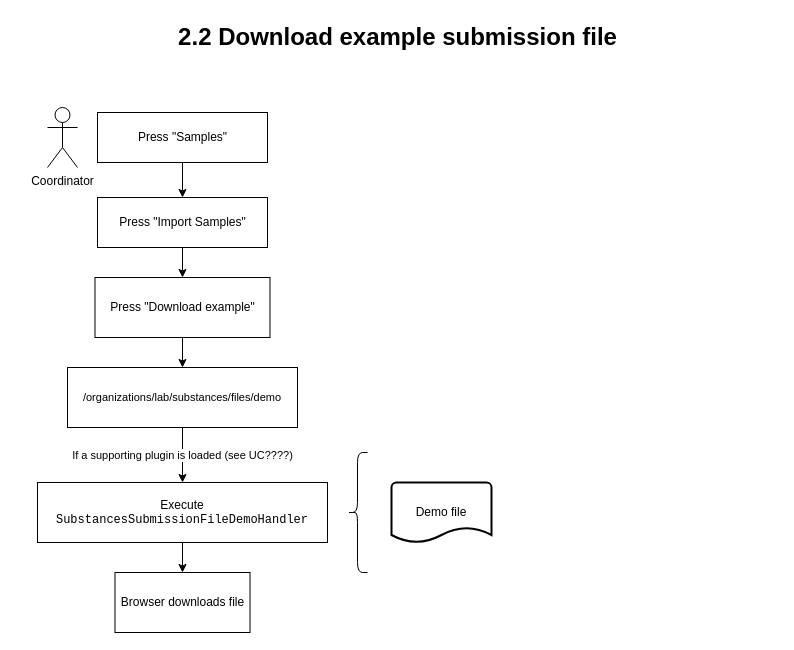
The draw.io diagram page "2.1.2: Download example file" (3 of 18) of diagrams/2_webui.drawio in commonlims/commonlims-design, before the edit. Source tidied: cells renumbered, new cells numbered last; positions are measured from the earlier drawing's top-left corner, leaving out a move shared by most shapes. Both pictures are drawn from the tidied source at 100%, with x=0, y=0 at pixel (17, 17).
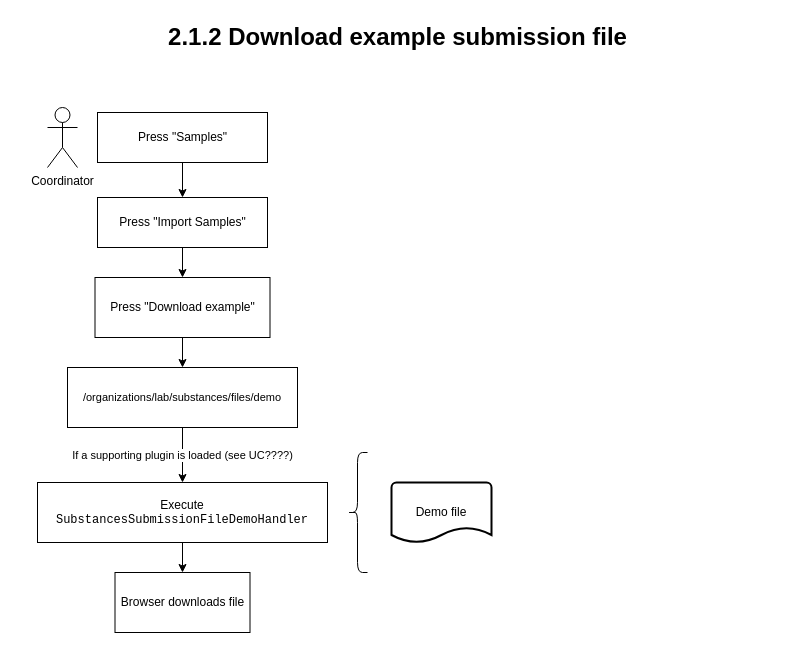
Above is the later version.

The edit, as a diff of the source:
```diff
@@
 <mxGraphModel>
   <root>
     <mxCell id="0" />
     <mxCell id="1" parent="0" />
     <mxCell id="2" value="Coordinator" style="shape=umlActor;verticalLabelPosition=bottom;verticalAlign=top;html=1;" parent="1" vertex="1">
       <mxGeometry x="30" y="90" width="30" height="60" as="geometry" />
     </mxCell>
     <mxCell id="3" style="edgeStyle=orthogonalEdgeStyle;rounded=0;jettySize=auto;html=1;" parent="1" edge="1" source="4" target="5">
       <mxGeometry relative="1" as="geometry" />
     </mxCell>
     <mxCell id="4" value="Press &quot;Import Samples&quot;" style="html=1;" parent="1" vertex="1">
       <mxGeometry x="80" y="180" width="170" height="50" as="geometry" />
     </mxCell>
     <mxCell id="5" value="Press &quot;Download example&quot;" style="whiteSpace=wrap;html=1;" parent="1" vertex="1">
       <mxGeometry x="77.5" y="260" width="175" height="60" as="geometry" />
     </mxCell>
     <mxCell id="6" style="edgeStyle=orthogonalEdgeStyle;rounded=0;jettySize=auto;html=1;" parent="1" edge="1" source="5" target="10">
       <mxGeometry relative="1" as="geometry" />
     </mxCell>
     <mxCell id="7" style="edgeStyle=orthogonalEdgeStyle;rounded=0;jettySize=auto;html=1;" parent="1" edge="1" source="8" target="4">
       <mxGeometry relative="1" as="geometry" />
     </mxCell>
     <mxCell id="8" value="Press &quot;Samples&quot;" style="html=1;" parent="1" vertex="1">
       <mxGeometry x="80" y="95" width="170" height="50" as="geometry" />
     </mxCell>
     <mxCell id="9" value="If a supporting plugin is loaded (see UC????)" style="edgeStyle=orthogonalEdgeStyle;rounded=0;jettySize=auto;html=1;" parent="1" edge="1" source="10" target="12">
       <mxGeometry relative="1" as="geometry" />
     </mxCell>
     <mxCell id="10" value="&lt;span style=&quot;font-size: 11px ; background-color: rgb(255 , 255 , 255)&quot;&gt;/organizations/lab/substances/files/demo&lt;/span&gt;" style="whiteSpace=wrap;html=1;" parent="1" vertex="1">
       <mxGeometry x="50" y="350" width="230" height="60" as="geometry" />
     </mxCell>
     <mxCell id="11" style="edgeStyle=orthogonalEdgeStyle;rounded=0;jettySize=auto;html=1;endArrow=classic;endFill=1;fontSize=12;" parent="1" edge="1" source="12" target="15">
       <mxGeometry relative="1" as="geometry" />
     </mxCell>
     <mxCell id="12" value="Execute &lt;font face=&quot;Courier New&quot;&gt;SubstancesSubmissionFileDemoHandler&lt;/font&gt;" style="whiteSpace=wrap;html=1;" parent="1" vertex="1">
       <mxGeometry x="20" y="465" width="290" height="60" as="geometry" />
     </mxCell>
     <mxCell id="13" style="shape=curlyBracket;whiteSpace=wrap;html=1;rounded=1;fontSize=12;" parent="1" vertex="1">
       <mxGeometry x="330" y="435" width="20" height="120" as="geometry" />
     </mxCell>
     <mxCell id="14" value="Demo file" style="strokeWidth=2;html=1;shape=mxgraph.flowchart.document2;whiteSpace=wrap;size=0.25;fontSize=12;" parent="1" vertex="1">
       <mxGeometry x="374" y="465" width="100" height="60" as="geometry" />
     </mxCell>
     <mxCell id="15" value="Browser downloads file" style="whiteSpace=wrap;html=1;" parent="1" vertex="1">
       <mxGeometry x="97.5" y="555" width="135" height="60" as="geometry" />
     </mxCell>
-    <mxCell id="16" value="2.2 Download example submission file" style="text;strokeColor=none;fillColor=none;html=1;fontSize=24;fontStyle=1;verticalAlign=middle;align=center;" parent="1" vertex="1">
+    <mxCell id="16" value="2.1.2 Download example submission file" style="text;strokeColor=none;fillColor=none;html=1;fontSize=24;fontStyle=1;verticalAlign=middle;align=center;" parent="1" vertex="1">
       <mxGeometry width="760" height="40" as="geometry" />
     </mxCell>
   </root>
 </mxGraphModel>
```
